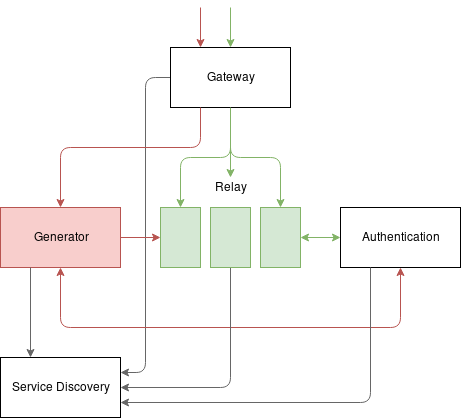
This is img/implementation.png from JurajKubrican/dp_thesis, a draw.io export, as it was before one commit. Source tidied: cells renumbered, new cells last; positions are measured from the earlier drawing's top-left corner, leaving out a move shared by most shapes.
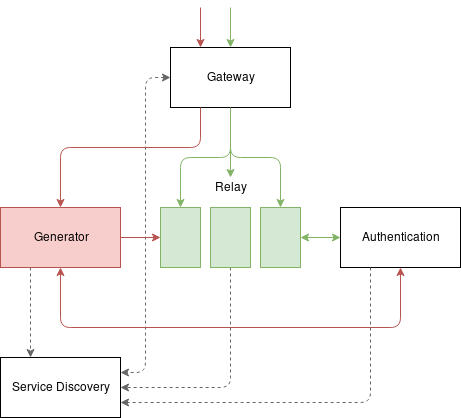
Later version of the same file.

What changed in the source:
```diff
@@ -8,7 +8,7 @@
     <mxCell id="3" style="edgeStyle=orthogonalEdgeStyle;rounded=1;jettySize=auto;html=1;entryX=0.5;entryY=0;entryDx=0;entryDy=0;fillColor=#d5e8d4;strokeColor=#82b366;" parent="1" edge="1" source="5" target="12">
       <mxGeometry relative="1" as="geometry" />
     </mxCell>
-    <mxCell id="4" style="edgeStyle=orthogonalEdgeStyle;rounded=1;jettySize=auto;html=1;startArrow=none;startFill=0;entryX=1;entryY=0.25;entryDx=0;entryDy=0;fillColor=#f5f5f5;strokeColor=#666666;" parent="1" edge="1" source="5" target="18">
+    <mxCell id="4" style="edgeStyle=orthogonalEdgeStyle;rounded=1;jettySize=auto;html=1;startArrow=classic;startFill=1;entryX=1;entryY=0.25;entryDx=0;entryDy=0;fillColor=#f5f5f5;strokeColor=#666666;dashed=1;" parent="1" edge="1" source="5" target="18">
       <mxGeometry relative="1" as="geometry" />
     </mxCell>
     <mxCell id="5" value="&lt;div&gt;Gateway&lt;/div&gt;" style="rounded=0;whiteSpace=wrap;html=1;" parent="1" vertex="1">
@@ -28,7 +28,7 @@
     <mxCell id="8" value="Generator" style="rounded=0;whiteSpace=wrap;html=1;fillColor=#f8cecc;strokeColor=#b85450;" parent="1" vertex="1">
       <mxGeometry y="200" width="120" height="60" as="geometry" />
     </mxCell>
-    <mxCell id="9" style="edgeStyle=orthogonalEdgeStyle;rounded=1;jettySize=auto;html=1;startArrow=none;startFill=0;entryX=1;entryY=0.5;entryDx=0;entryDy=0;fillColor=#f5f5f5;strokeColor=#666666;" parent="1" edge="1" source="11" target="18">
+    <mxCell id="9" style="edgeStyle=orthogonalEdgeStyle;rounded=1;jettySize=auto;html=1;startArrow=none;startFill=0;entryX=1;entryY=0.5;entryDx=0;entryDy=0;fillColor=#f5f5f5;strokeColor=#666666;dashed=1;" parent="1" edge="1" source="11" target="18">
       <mxGeometry relative="1" as="geometry">
         <Array as="points">
           <mxPoint x="230" y="380" />
@@ -71,10 +71,10 @@
     <mxCell id="18" value="Service Discovery" style="rounded=0;whiteSpace=wrap;html=1;" parent="1" vertex="1">
       <mxGeometry y="350" width="120" height="60" as="geometry" />
     </mxCell>
-    <mxCell id="19" style="endArrow=classic;html=1;exitX=0.25;exitY=1;exitDx=0;exitDy=0;entryX=0.25;entryY=0;entryDx=0;entryDy=0;fillColor=#f5f5f5;strokeColor=#666666;" parent="1" edge="1" source="8" target="18">
+    <mxCell id="19" style="endArrow=classic;html=1;exitX=0.25;exitY=1;exitDx=0;exitDy=0;entryX=0.25;entryY=0;entryDx=0;entryDy=0;fillColor=#f5f5f5;strokeColor=#666666;dashed=1;" parent="1" edge="1" source="8" target="18">
       <mxGeometry relative="1" as="geometry" />
     </mxCell>
-    <mxCell id="20" style="edgeStyle=orthogonalEdgeStyle;rounded=1;jettySize=auto;html=1;startArrow=none;startFill=0;entryX=1;entryY=0.75;entryDx=0;entryDy=0;exitX=0.25;exitY=1;exitDx=0;exitDy=0;fillColor=#f5f5f5;strokeColor=#666666;" parent="1" edge="1" source="14" target="18">
+    <mxCell id="20" style="edgeStyle=orthogonalEdgeStyle;rounded=1;jettySize=auto;html=1;startArrow=none;startFill=0;entryX=1;entryY=0.75;entryDx=0;entryDy=0;exitX=0.25;exitY=1;exitDx=0;exitDy=0;fillColor=#f5f5f5;strokeColor=#666666;dashed=1;" parent="1" edge="1" source="14" target="18">
       <mxGeometry relative="1" as="geometry">
         <Array as="points">
           <mxPoint x="370" y="395" />
```
